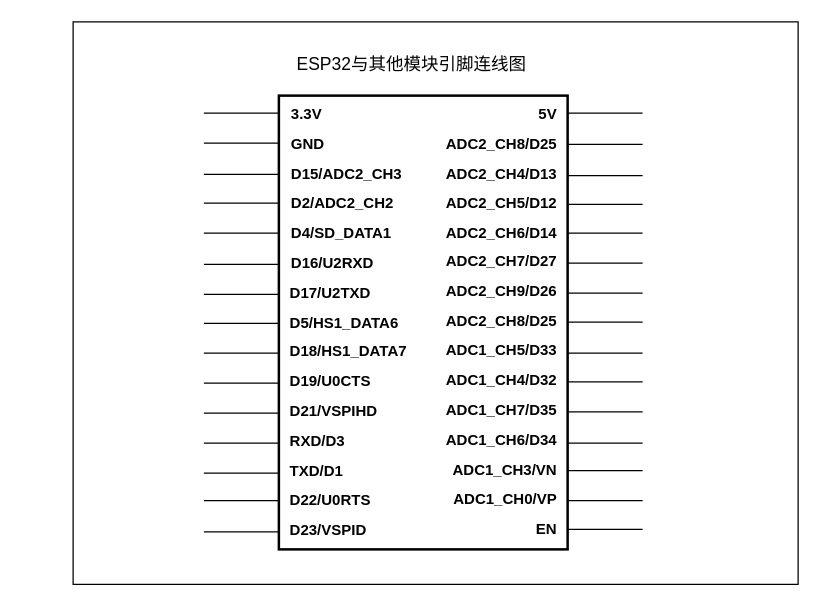
zhangruyi3906/img keeps this draw.io diagram as esp32主控芯片连接图.drawio. Above is the earlier version. Source tidied: cells renumbered, new cells numbered last; positions are measured from the earlier drawing's top-left corner, leaving out a move shared by most shapes. Both pictures are drawn from the tidied source at 125%, with x=0, y=0 at pixel (72, 21).
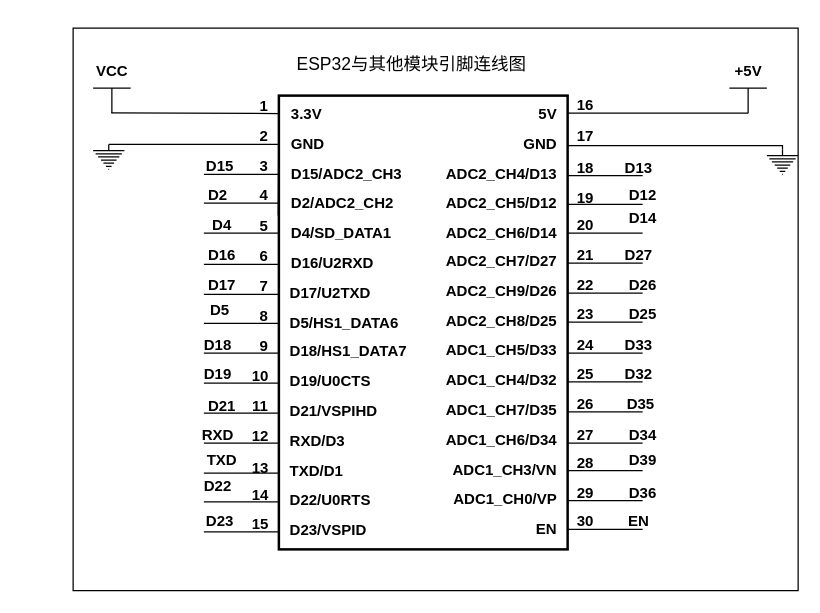
After the change.

Commit message (it also covers changes not shown here):
更新esp32主控芯片连接图.drawio

Unchanged cells that the change refers to:
```xml
<mxCell id="3" style="rounded=0;whiteSpace=wrap;html=1;direction=south;strokeWidth=2;rotation=0;" parent="1" vertex="1">
  <mxGeometry x="164.6" y="59" width="231" height="363" as="geometry" />
</mxCell>
```

Diff of the diagram source:
```diff
@@
     <mxCell id="2" style="rounded=0;whiteSpace=wrap;html=1;" parent="1" vertex="1">
-      <mxGeometry width="580" height="450" as="geometry" />
+      <mxGeometry y="5" width="580" height="450" as="geometry" />
     </mxCell>
@@
-    <mxCell id="18" value="ADC2_CH8/D25&amp;nbsp;&amp;nbsp;" style="text;html=1;align=right;verticalAlign=middle;whiteSpace=wrap;rounded=0;fontStyle=1;" parent="3" vertex="1">
+    <mxCell id="18" value="GND&amp;nbsp;&amp;nbsp;" style="text;html=1;align=right;verticalAlign=middle;whiteSpace=wrap;rounded=0;fontStyle=1;" parent="3" vertex="1">
       <mxGeometry x="110.9" y="23.8" width="120" height="30" as="geometry" />
     </mxCell>
@@
-    <mxCell id="35" style="endArrow=none;html=1;rounded=0;" parent="1" edge="1">
+    <mxCell id="35" style="endArrow=none;html=1;rounded=0;edgeStyle=orthogonalEdgeStyle;exitX=0.486;exitY=0.16;exitDx=0;exitDy=0;exitPerimeter=0;" parent="1" edge="1">
       <mxGeometry relative="1" as="geometry">
-        <mxPoint x="104.6" y="73" as="sourcePoint" />
-        <mxPoint x="164.6" y="73" as="targetPoint" />
+        <mxPoint x="30.6" y="72.8" as="sourcePoint" />
+        <mxPoint x="164.1" y="155" as="targetPoint" />
       </mxGeometry>
     </mxCell>
-    <mxCell id="36" style="endArrow=none;html=1;rounded=0;" parent="1" edge="1">
+    <mxCell id="36" style="endArrow=none;html=1;rounded=0;exitX=0.5;exitY=0;exitDx=0;exitDy=0;exitPerimeter=0;" parent="1" edge="1" source="122">
       <mxGeometry relative="1" as="geometry">
-        <mxPoint x="104.6" y="97" as="sourcePoint" />
-        <mxPoint x="164.6" y="97" as="targetPoint" />
+        <mxPoint x="164.6" y="98" as="targetPoint" />
       </mxGeometry>
     </mxCell>
@@
     <mxCell id="48" style="endArrow=none;html=1;rounded=0;" parent="1" edge="1">
       <mxGeometry relative="1" as="geometry">
-        <mxPoint x="104.6" y="383" as="sourcePoint" />
-        <mxPoint x="164.6" y="383" as="targetPoint" />
+        <mxPoint x="104.6" y="384" as="sourcePoint" />
+        <mxPoint x="164.6" y="384" as="targetPoint" />
       </mxGeometry>
     </mxCell>
@@
-    <mxCell id="50" style="endArrow=none;html=1;rounded=0;" parent="1" edge="1">
+    <mxCell id="50" style="endArrow=none;html=1;rounded=0;entryX=0.5;entryY=0;entryDx=0;entryDy=0;entryPerimeter=0;" parent="1" edge="1" target="125">
       <mxGeometry relative="1" as="geometry">
         <mxPoint x="395.6" y="73" as="sourcePoint" />
-        <mxPoint x="455.6" y="73" as="targetPoint" />
       </mxGeometry>
     </mxCell>
-    <mxCell id="51" style="endArrow=none;html=1;rounded=0;" parent="1" edge="1">
+    <mxCell id="51" style="endArrow=none;html=1;rounded=0;entryX=0.5;entryY=0;entryDx=0;entryDy=0;entryPerimeter=0;edgeStyle=orthogonalEdgeStyle;" parent="1" edge="1" target="123">
       <mxGeometry relative="1" as="geometry">
         <mxPoint x="395.6" y="98" as="sourcePoint" />
-        <mxPoint x="455.6" y="98" as="targetPoint" />
+        <Array as="points">
+          <mxPoint x="396" y="99" />
+          <mxPoint x="568" y="99" />
+        </Array>
       </mxGeometry>
     </mxCell>
@@
+    <mxCell id="65" value="&lt;b&gt;1&lt;/b&gt;" style="text;html=1;align=center;verticalAlign=middle;whiteSpace=wrap;rounded=0;" parent="1" vertex="1">
+      <mxGeometry x="123" y="53" width="60" height="30" as="geometry" />
+    </mxCell>
+    <mxCell id="66" value="&lt;b&gt;2&lt;/b&gt;" style="text;html=1;align=center;verticalAlign=middle;whiteSpace=wrap;rounded=0;" parent="1" vertex="1">
+      <mxGeometry x="123" y="77" width="60" height="30" as="geometry" />
+    </mxCell>
+    <mxCell id="67" value="&lt;b&gt;3&lt;/b&gt;" style="text;html=1;align=center;verticalAlign=middle;whiteSpace=wrap;rounded=0;" parent="1" vertex="1">
+      <mxGeometry x="123" y="102" width="60" height="27" as="geometry" />
+    </mxCell>
+    <mxCell id="68" value="&lt;b&gt;4&lt;/b&gt;" style="text;html=1;align=center;verticalAlign=middle;whiteSpace=wrap;rounded=0;" parent="1" vertex="1">
+      <mxGeometry x="123" y="124" width="60" height="30" as="geometry" />
+    </mxCell>
+    <mxCell id="69" value="&lt;b&gt;5&lt;/b&gt;" style="text;html=1;align=center;verticalAlign=middle;whiteSpace=wrap;rounded=0;" parent="1" vertex="1">
+      <mxGeometry x="123" y="149" width="60" height="30" as="geometry" />
+    </mxCell>
+    <mxCell id="70" value="&lt;b&gt;6&lt;/b&gt;" style="text;html=1;align=center;verticalAlign=middle;whiteSpace=wrap;rounded=0;" parent="1" vertex="1">
+      <mxGeometry x="123" y="173" width="60" height="30" as="geometry" />
+    </mxCell>
+    <mxCell id="71" value="&lt;b&gt;7&lt;/b&gt;" style="text;html=1;align=center;verticalAlign=middle;whiteSpace=wrap;rounded=0;" parent="1" vertex="1">
+      <mxGeometry x="123" y="197" width="60" height="30" as="geometry" />
+    </mxCell>
+    <mxCell id="72" value="&lt;b&gt;8&lt;/b&gt;" style="text;html=1;align=center;verticalAlign=middle;whiteSpace=wrap;rounded=0;" parent="1" vertex="1">
+      <mxGeometry x="123" y="216" width="60" height="39" as="geometry" />
+    </mxCell>
+    <mxCell id="73" value="&lt;b&gt;9&lt;/b&gt;" style="text;html=1;align=center;verticalAlign=middle;whiteSpace=wrap;rounded=0;" parent="1" vertex="1">
+      <mxGeometry x="123" y="245" width="60" height="30" as="geometry" />
+    </mxCell>
+    <mxCell id="74" value="&lt;b&gt;10&lt;/b&gt;" style="text;html=1;align=center;verticalAlign=middle;whiteSpace=wrap;rounded=0;" parent="1" vertex="1">
+      <mxGeometry x="120" y="269" width="60" height="30" as="geometry" />
+    </mxCell>
+    <mxCell id="75" value="&lt;b&gt;11&lt;/b&gt;" style="text;html=1;align=center;verticalAlign=middle;whiteSpace=wrap;rounded=0;" parent="1" vertex="1">
+      <mxGeometry x="120" y="293" width="60" height="30" as="geometry" />
+    </mxCell>
+    <mxCell id="76" value="&lt;b&gt;12&lt;/b&gt;" style="text;html=1;align=center;verticalAlign=middle;whiteSpace=wrap;rounded=0;" parent="1" vertex="1">
+      <mxGeometry x="120" y="317" width="60" height="30" as="geometry" />
+    </mxCell>
+    <mxCell id="77" value="&lt;b&gt;13&lt;/b&gt;" style="text;html=1;align=center;verticalAlign=middle;whiteSpace=wrap;rounded=0;" parent="1" vertex="1">
+      <mxGeometry x="120" y="342" width="60" height="30" as="geometry" />
+    </mxCell>
+    <mxCell id="78" value="&lt;b&gt;14&lt;/b&gt;" style="text;html=1;align=center;verticalAlign=middle;whiteSpace=wrap;rounded=0;" parent="1" vertex="1">
+      <mxGeometry x="120" y="366" width="60" height="26" as="geometry" />
+    </mxCell>
+    <mxCell id="79" value="&lt;b&gt;15&lt;/b&gt;" style="text;html=1;align=center;verticalAlign=middle;whiteSpace=wrap;rounded=0;" parent="1" vertex="1">
+      <mxGeometry x="120" y="387" width="60" height="30" as="geometry" />
+    </mxCell>
+    <mxCell id="80" value="&lt;b&gt;16&lt;/b&gt;" style="text;html=1;align=center;verticalAlign=middle;whiteSpace=wrap;rounded=0;" parent="1" vertex="1">
+      <mxGeometry x="380" y="52" width="60" height="30" as="geometry" />
+    </mxCell>
+    <mxCell id="81" value="&lt;b&gt;17&lt;/b&gt;" style="text;html=1;align=center;verticalAlign=middle;whiteSpace=wrap;rounded=0;" parent="1" vertex="1">
+      <mxGeometry x="380" y="77" width="60" height="30" as="geometry" />
+    </mxCell>
+    <mxCell id="82" value="&lt;b&gt;18&lt;/b&gt;" style="text;html=1;align=center;verticalAlign=middle;whiteSpace=wrap;rounded=0;" parent="1" vertex="1">
+      <mxGeometry x="380" y="102" width="60" height="30" as="geometry" />
+    </mxCell>
+    <mxCell id="83" value="&lt;b&gt;19&lt;/b&gt;" style="text;html=1;align=center;verticalAlign=middle;whiteSpace=wrap;rounded=0;" parent="1" vertex="1">
+      <mxGeometry x="380" y="126" width="60" height="30" as="geometry" />
+    </mxCell>
+    <mxCell id="84" value="&lt;b&gt;20&lt;/b&gt;" style="text;html=1;align=center;verticalAlign=middle;whiteSpace=wrap;rounded=0;" parent="1" vertex="1">
+      <mxGeometry x="380" y="148" width="60" height="30" as="geometry" />
+    </mxCell>
+    <mxCell id="85" value="&lt;b&gt;21&lt;/b&gt;" style="text;html=1;align=center;verticalAlign=middle;whiteSpace=wrap;rounded=0;" parent="1" vertex="1">
+      <mxGeometry x="380" y="172" width="60" height="30" as="geometry" />
+    </mxCell>
+    <mxCell id="86" value="&lt;b&gt;22&lt;/b&gt;" style="text;html=1;align=center;verticalAlign=middle;whiteSpace=wrap;rounded=0;" parent="1" vertex="1">
+      <mxGeometry x="380" y="196" width="60" height="30" as="geometry" />
+    </mxCell>
+    <mxCell id="87" value="&lt;b&gt;23&lt;/b&gt;" style="text;html=1;align=center;verticalAlign=middle;whiteSpace=wrap;rounded=0;" parent="1" vertex="1">
+      <mxGeometry x="380" y="219" width="60" height="30" as="geometry" />
+    </mxCell>
+    <mxCell id="88" value="&lt;b&gt;24&lt;/b&gt;" style="text;html=1;align=center;verticalAlign=middle;whiteSpace=wrap;rounded=0;" parent="1" vertex="1">
+      <mxGeometry x="380" y="244" width="60" height="30" as="geometry" />
+    </mxCell>
+    <mxCell id="89" value="&lt;b&gt;25&lt;/b&gt;" style="text;html=1;align=center;verticalAlign=middle;whiteSpace=wrap;rounded=0;" parent="1" vertex="1">
+      <mxGeometry x="380" y="267" width="60" height="30" as="geometry" />
+    </mxCell>
+    <mxCell id="90" value="&lt;b&gt;26&lt;/b&gt;" style="text;html=1;align=center;verticalAlign=middle;whiteSpace=wrap;rounded=0;" parent="1" vertex="1">
+      <mxGeometry x="380" y="291" width="60" height="30" as="geometry" />
+    </mxCell>
+    <mxCell id="91" value="&lt;b&gt;27&lt;/b&gt;" style="text;html=1;align=center;verticalAlign=middle;whiteSpace=wrap;rounded=0;" parent="1" vertex="1">
+      <mxGeometry x="380" y="316" width="60" height="30" as="geometry" />
+    </mxCell>
+    <mxCell id="92" value="&lt;b&gt;28&lt;/b&gt;" style="text;html=1;align=center;verticalAlign=middle;whiteSpace=wrap;rounded=0;" parent="1" vertex="1">
+      <mxGeometry x="380" y="338" width="60" height="30" as="geometry" />
+    </mxCell>
+    <mxCell id="93" value="&lt;b&gt;29&lt;/b&gt;" style="text;html=1;align=center;verticalAlign=middle;whiteSpace=wrap;rounded=0;" parent="1" vertex="1">
+      <mxGeometry x="380" y="362" width="60" height="30" as="geometry" />
+    </mxCell>
+    <mxCell id="94" value="&lt;b&gt;30&lt;/b&gt;" style="text;html=1;align=center;verticalAlign=middle;whiteSpace=wrap;rounded=0;" parent="1" vertex="1">
+      <mxGeometry x="380" y="385" width="60" height="30" as="geometry" />
+    </mxCell>
+    <mxCell id="95" value="&lt;b style=&quot;text-align: left;&quot;&gt;&amp;nbsp;D15&lt;/b&gt;" style="text;html=1;align=center;verticalAlign=middle;whiteSpace=wrap;rounded=0;" parent="1" vertex="1">
+      <mxGeometry x="85.6" y="101" width="60" height="30" as="geometry" />
+    </mxCell>
+    <mxCell id="96" value="&lt;b&gt;D2&lt;/b&gt;" style="text;html=1;align=center;verticalAlign=middle;whiteSpace=wrap;rounded=0;" parent="1" vertex="1">
+      <mxGeometry x="85.6" y="124" width="60" height="30" as="geometry" />
+    </mxCell>
+    <mxCell id="97" value="&lt;b style=&quot;text-align: left;&quot;&gt;&amp;nbsp; D4&lt;/b&gt;" style="text;html=1;align=center;verticalAlign=middle;whiteSpace=wrap;rounded=0;" parent="1" vertex="1">
+      <mxGeometry x="85.6" y="148" width="60" height="30" as="geometry" />
+    </mxCell>
+    <mxCell id="98" value="&lt;b style=&quot;text-align: left;&quot;&gt;&amp;nbsp; D16&lt;/b&gt;" style="text;html=1;align=center;verticalAlign=middle;whiteSpace=wrap;rounded=0;" parent="1" vertex="1">
+      <mxGeometry x="85.6" y="172" width="60" height="30" as="geometry" />
+    </mxCell>
+    <mxCell id="99" value="&lt;b style=&quot;text-align: left;&quot;&gt;&amp;nbsp; D17&lt;/b&gt;" style="text;html=1;align=center;verticalAlign=middle;whiteSpace=wrap;rounded=0;" parent="1" vertex="1">
+      <mxGeometry x="85.6" y="196" width="60" height="30" as="geometry" />
+    </mxCell>
+    <mxCell id="100" value="&lt;b style=&quot;text-align: left;&quot;&gt;&amp;nbsp;D5&lt;/b&gt;" style="text;html=1;align=center;verticalAlign=middle;whiteSpace=wrap;rounded=0;" parent="1" vertex="1">
+      <mxGeometry x="85.6" y="216" width="60" height="30" as="geometry" />
+    </mxCell>
+    <mxCell id="101" value="&lt;b style=&quot;text-align: left;&quot;&gt;D18&lt;/b&gt;" style="text;html=1;align=center;verticalAlign=middle;whiteSpace=wrap;rounded=0;" parent="1" vertex="1">
+      <mxGeometry x="85.6" y="244" width="60" height="30" as="geometry" />
+    </mxCell>
+    <mxCell id="102" value="&lt;b style=&quot;text-align: left;&quot;&gt;D19&lt;/b&gt;" style="text;html=1;align=center;verticalAlign=middle;whiteSpace=wrap;rounded=0;" parent="1" vertex="1">
+      <mxGeometry x="85.6" y="267" width="60" height="30" as="geometry" />
+    </mxCell>
+    <mxCell id="103" value="&lt;b style=&quot;text-align: left;&quot;&gt;&amp;nbsp; D21&lt;/b&gt;" style="text;html=1;align=center;verticalAlign=middle;whiteSpace=wrap;rounded=0;" parent="1" vertex="1">
+      <mxGeometry x="85.6" y="293" width="60" height="30" as="geometry" />
+    </mxCell>
+    <mxCell id="104" value="&lt;b style=&quot;text-align: left;&quot;&gt;RXD&lt;/b&gt;" style="text;html=1;align=center;verticalAlign=middle;whiteSpace=wrap;rounded=0;" parent="1" vertex="1">
+      <mxGeometry x="85.6" y="316" width="60" height="30" as="geometry" />
+    </mxCell>
+    <mxCell id="105" value="&lt;b style=&quot;text-align: left;&quot;&gt;&amp;nbsp; TXD&lt;/b&gt;" style="text;html=1;align=center;verticalAlign=middle;whiteSpace=wrap;rounded=0;" parent="1" vertex="1">
+      <mxGeometry x="85.6" y="336" width="60" height="30" as="geometry" />
+    </mxCell>
+    <mxCell id="106" value="&lt;b style=&quot;text-align: left;&quot;&gt;D22&lt;/b&gt;" style="text;html=1;align=center;verticalAlign=middle;whiteSpace=wrap;rounded=0;" parent="1" vertex="1">
+      <mxGeometry x="85.6" y="357" width="60" height="30" as="geometry" />
+    </mxCell>
+    <mxCell id="107" value="&lt;b style=&quot;text-align: right;&quot;&gt;D27&amp;nbsp;&amp;nbsp;&lt;/b&gt;" style="text;html=1;align=center;verticalAlign=middle;whiteSpace=wrap;rounded=0;" parent="1" vertex="1">
+      <mxGeometry x="426" y="172" width="60" height="30" as="geometry" />
+    </mxCell>
+    <mxCell id="108" value="&lt;b style=&quot;text-align: left;&quot;&gt;&amp;nbsp;D23&lt;/b&gt;" style="text;html=1;align=center;verticalAlign=middle;whiteSpace=wrap;rounded=0;" parent="1" vertex="1">
+      <mxGeometry x="85.6" y="385" width="60" height="30" as="geometry" />
+    </mxCell>
+    <mxCell id="109" value="&lt;b style=&quot;text-align: right;&quot;&gt;D13&amp;nbsp;&amp;nbsp;&lt;/b&gt;" style="text;html=1;align=center;verticalAlign=middle;whiteSpace=wrap;rounded=0;" parent="1" vertex="1">
+      <mxGeometry x="426" y="102" width="60" height="30" as="geometry" />
+    </mxCell>
+    <mxCell id="110" value="&lt;b style=&quot;text-align: right;&quot;&gt;D12&lt;/b&gt;" style="text;html=1;align=center;verticalAlign=middle;whiteSpace=wrap;rounded=0;" parent="1" vertex="1">
+      <mxGeometry x="426" y="124" width="60" height="30" as="geometry" />
+    </mxCell>
+    <mxCell id="111" value="&lt;b style=&quot;text-align: right;&quot;&gt;D14&lt;/b&gt;" style="text;html=1;align=center;verticalAlign=middle;whiteSpace=wrap;rounded=0;" parent="1" vertex="1">
+      <mxGeometry x="426" y="142" width="60" height="30" as="geometry" />
+    </mxCell>
+    <mxCell id="112" value="&lt;b style=&quot;text-align: right;&quot;&gt;D26&lt;/b&gt;" style="text;html=1;align=center;verticalAlign=middle;whiteSpace=wrap;rounded=0;" parent="1" vertex="1">
+      <mxGeometry x="426" y="196" width="60" height="30" as="geometry" />
+    </mxCell>
+    <mxCell id="113" value="&lt;b style=&quot;text-align: right;&quot;&gt;D25&lt;/b&gt;" style="text;html=1;align=center;verticalAlign=middle;whiteSpace=wrap;rounded=0;" parent="1" vertex="1">
+      <mxGeometry x="426" y="219" width="60" height="30" as="geometry" />
+    </mxCell>
+    <mxCell id="114" value="&lt;b style=&quot;text-align: right;&quot;&gt;D33&amp;nbsp;&amp;nbsp;&lt;/b&gt;" style="text;html=1;align=center;verticalAlign=middle;whiteSpace=wrap;rounded=0;" parent="1" vertex="1">
+      <mxGeometry x="426" y="244" width="60" height="30" as="geometry" />
+    </mxCell>
+    <mxCell id="115" value="&lt;b style=&quot;text-align: right;&quot;&gt;D32&amp;nbsp;&amp;nbsp;&lt;/b&gt;" style="text;html=1;align=center;verticalAlign=middle;whiteSpace=wrap;rounded=0;" parent="1" vertex="1">
+      <mxGeometry x="426" y="267" width="60" height="30" as="geometry" />
+    </mxCell>
+    <mxCell id="116" value="&lt;b style=&quot;text-align: right;&quot;&gt;D35&amp;nbsp;&lt;/b&gt;" style="text;html=1;align=center;verticalAlign=middle;whiteSpace=wrap;rounded=0;" parent="1" vertex="1">
+      <mxGeometry x="426" y="291" width="60" height="30" as="geometry" />
+    </mxCell>
+    <mxCell id="117" value="&lt;b style=&quot;text-align: right;&quot;&gt;D34&lt;/b&gt;" style="text;html=1;align=center;verticalAlign=middle;whiteSpace=wrap;rounded=0;" parent="1" vertex="1">
+      <mxGeometry x="426" y="316" width="60" height="30" as="geometry" />
+    </mxCell>
+    <mxCell id="118" value="&lt;b style=&quot;text-align: right;&quot;&gt;D39&lt;/b&gt;" style="text;html=1;align=center;verticalAlign=middle;whiteSpace=wrap;rounded=0;" parent="1" vertex="1">
+      <mxGeometry x="426" y="336" width="60" height="30" as="geometry" />
+    </mxCell>
+    <mxCell id="119" value="&lt;b style=&quot;text-align: right;&quot;&gt;D36&lt;/b&gt;" style="text;html=1;align=center;verticalAlign=middle;whiteSpace=wrap;rounded=0;" parent="1" vertex="1">
+      <mxGeometry x="426" y="362" width="60" height="30" as="geometry" />
+    </mxCell>
+    <mxCell id="120" value="&lt;b style=&quot;text-align: right;&quot;&gt;EN&amp;nbsp;&amp;nbsp;&lt;/b&gt;" style="text;html=1;align=center;verticalAlign=middle;whiteSpace=wrap;rounded=0;" parent="1" vertex="1">
+      <mxGeometry x="426" y="385" width="60" height="30" as="geometry" />
+    </mxCell>
+    <mxCell id="121" style="edgeStyle=orthogonalEdgeStyle;rounded=0;orthogonalLoop=1;jettySize=auto;html=1;exitX=0.5;exitY=1;exitDx=0;exitDy=0;exitPerimeter=0;" parent="1" edge="1">
+      <mxGeometry relative="1" as="geometry">
+        <mxPoint x="-34" y="58.2" as="sourcePoint" />
+        <mxPoint x="-34" y="58.2" as="targetPoint" />
+      </mxGeometry>
+    </mxCell>
+    <mxCell id="122" style="verticalLabelPosition=bottom;shadow=0;dashed=0;align=center;html=1;verticalAlign=top;shape=mxgraph.electrical.signal_sources.protective_earth;" parent="1" vertex="1">
+      <mxGeometry x="16" y="98" width="25" height="20" as="geometry" />
+    </mxCell>
+    <mxCell id="123" style="verticalLabelPosition=bottom;shadow=0;dashed=0;align=center;html=1;verticalAlign=top;shape=mxgraph.electrical.signal_sources.protective_earth;" parent="1" vertex="1">
+      <mxGeometry x="555" y="102" width="25" height="20" as="geometry" />
+    </mxCell>
+    <mxCell id="124" value="&lt;font style=&quot;font-size: 12px;&quot;&gt;&lt;b&gt;VCC&lt;/b&gt;&lt;/font&gt;" style="verticalLabelPosition=top;verticalAlign=bottom;shape=mxgraph.electrical.signal_sources.vdd;shadow=0;dashed=0;align=center;strokeWidth=1;fontSize=24;html=1;flipV=1;" parent="1" vertex="1">
+      <mxGeometry x="16" y="53" width="30" height="20" as="geometry" />
+    </mxCell>
+    <mxCell id="125" value="&lt;font style=&quot;font-size: 12px;&quot;&gt;&lt;b&gt;+5V&lt;/b&gt;&lt;/font&gt;" style="verticalLabelPosition=top;verticalAlign=bottom;shape=mxgraph.electrical.signal_sources.vdd;shadow=0;dashed=0;align=center;strokeWidth=1;fontSize=24;html=1;flipV=1;" parent="1" vertex="1">
+      <mxGeometry x="525" y="53" width="30" height="20" as="geometry" />
+    </mxCell>
```
